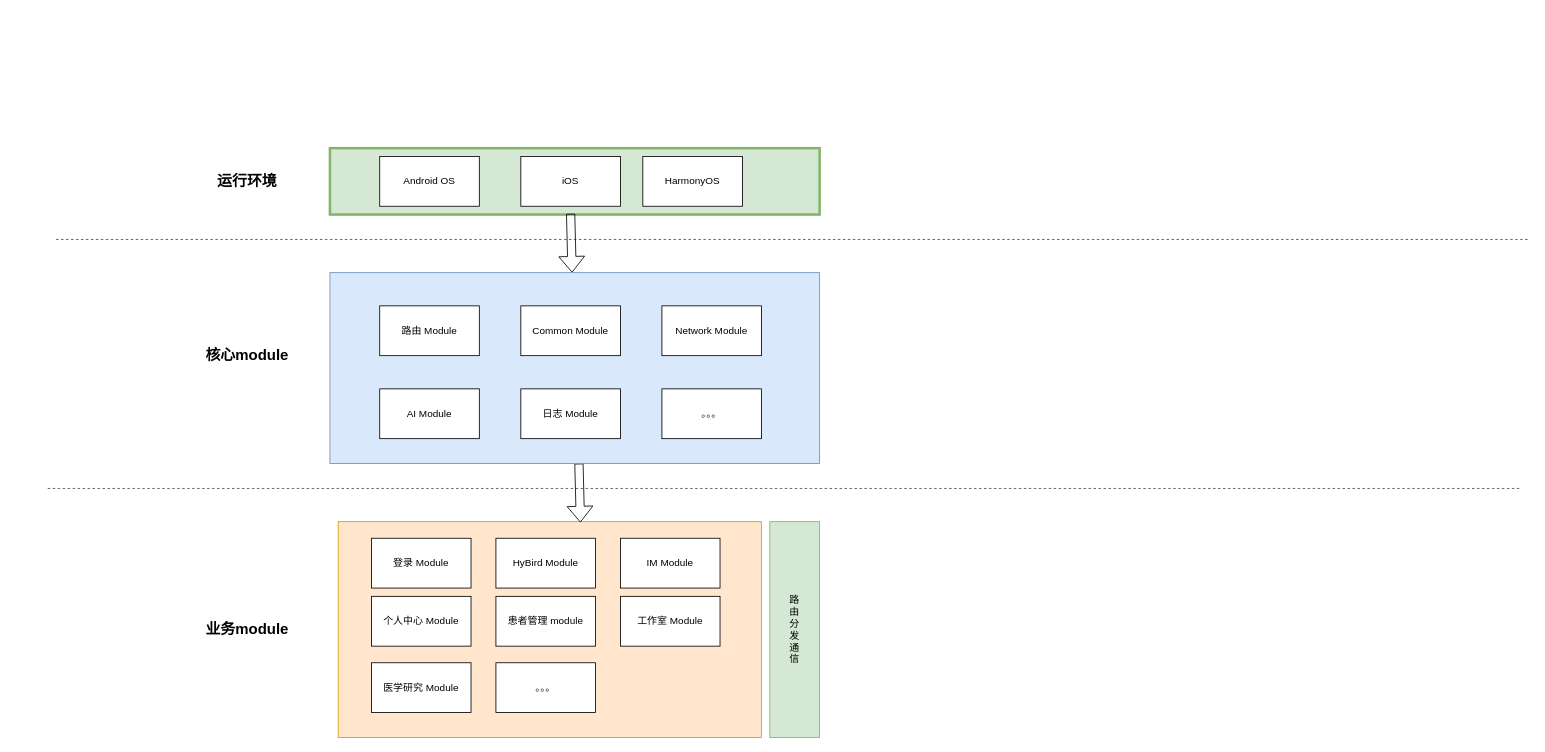
Earlier version of the draw.io diagram 未命名绘图.drawio (mouxuefei/android-cnblogs). Source tidied: cells renumbered, new cells numbered last; positions are measured from the earlier drawing's top-left corner, leaving out a move shared by most shapes. Both pictures are drawn from the tidied source at 83%, with x=0, y=0 at pixel (47, 148).
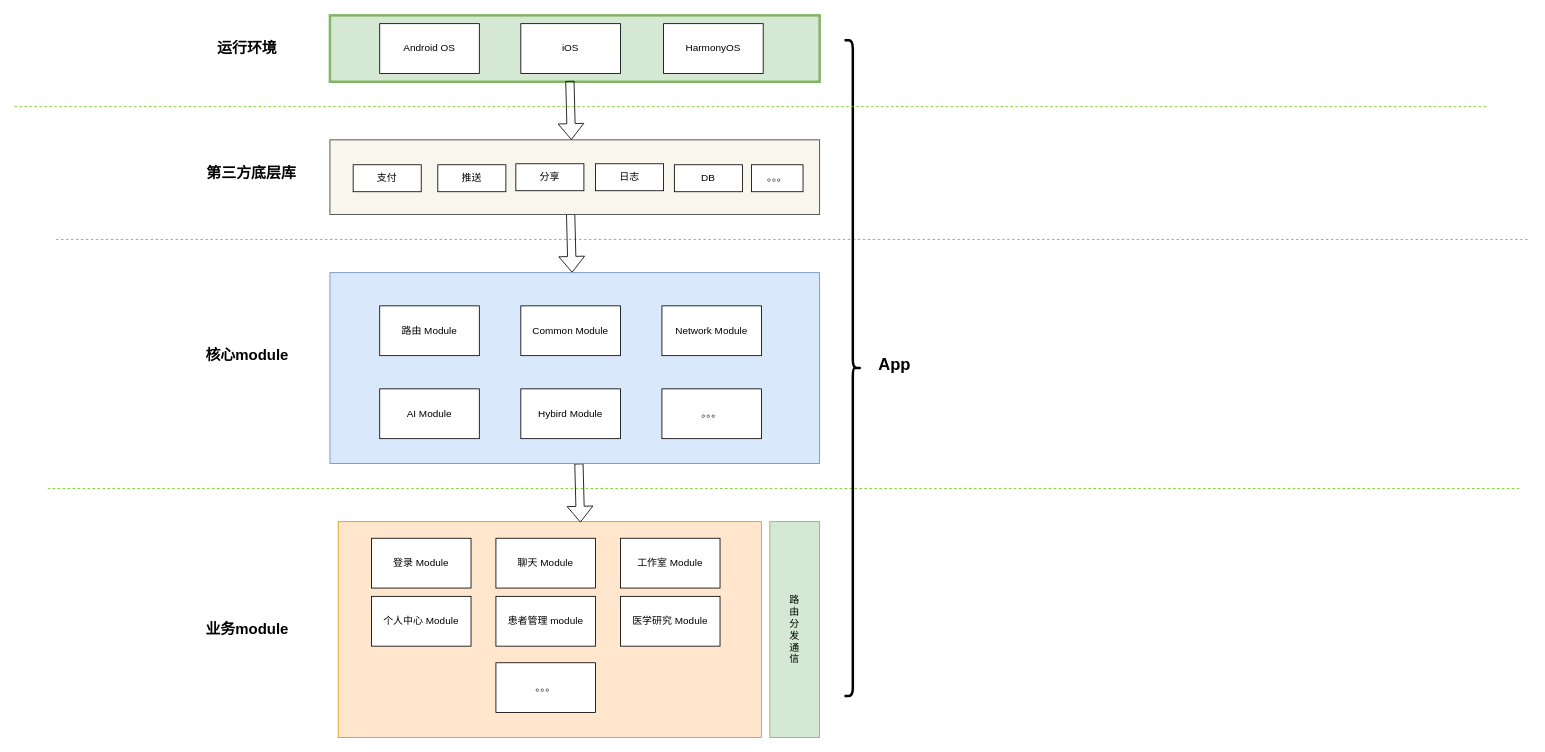
The same page after the edit.

Commit message:
更新未命名绘图.drawio

Change to the diagram source:
```diff
@@
     <mxCell id="2" value="&lt;span style=&quot;font-size: 18px;&quot;&gt;&lt;b&gt;运行环境&lt;/b&gt;&lt;/span&gt;" style="text;html=1;align=center;verticalAlign=middle;strokeColor=none;fillColor=none;" parent="1" vertex="1">
-      <mxGeometry x="190" y="20" width="100" height="40" as="geometry" />
+      <mxGeometry x="190" y="-140" width="100" height="40" as="geometry" />
     </mxCell>
     <mxCell id="3" style="rounded=0;whiteSpace=wrap;html=1;fillColor=#d5e8d4;strokeColor=#82b366;strokeWidth=3;" parent="1" vertex="1">
-      <mxGeometry x="340" width="590" height="80" as="geometry" />
+      <mxGeometry x="340" y="-160" width="590" height="80" as="geometry" />
     </mxCell>
@@
-    <mxCell id="5" style="endArrow=none;dashed=1;html=1;rounded=0;fillColor=#6d8764;strokeColor=#3A5431;" parent="1" edge="1">
+    <mxCell id="5" style="endArrow=none;dashed=1;html=1;rounded=0;fillColor=#6d8764;strokeColor=#66CC00;strokeWidth=1;" parent="1" edge="1">
       <mxGeometry relative="1" as="geometry">
         <mxPoint x="10" y="110" as="sourcePoint" />
         <mxPoint x="1784.7" y="110" as="targetPoint" />
       </mxGeometry>
     </mxCell>
@@
-    <mxCell id="10" value="HyBird Module" style="rounded=0;whiteSpace=wrap;html=1;" parent="1" vertex="1">
-      <mxGeometry x="540" y="470" width="120" height="60" as="geometry" />
-    </mxCell>
-    <mxCell id="11" value="IM Module" style="rounded=0;whiteSpace=wrap;html=1;" parent="1" vertex="1">
-      <mxGeometry x="690" y="470" width="120" height="60" as="geometry" />
+    <mxCell id="11" value="聊天 Module" style="rounded=0;whiteSpace=wrap;html=1;" parent="1" vertex="1">
+      <mxGeometry x="540" y="470" width="120" height="60" as="geometry" />
     </mxCell>
@@
     <mxCell id="14" value="医学研究 Module" style="rounded=0;whiteSpace=wrap;html=1;" parent="1" vertex="1">
-      <mxGeometry x="390" y="620" width="120" height="60" as="geometry" />
+      <mxGeometry x="690" y="540" width="120" height="60" as="geometry" />
     </mxCell>
     <mxCell id="15" value="工作室 Module" style="rounded=0;whiteSpace=wrap;html=1;" parent="1" vertex="1">
-      <mxGeometry x="690" y="540" width="120" height="60" as="geometry" />
+      <mxGeometry x="690" y="470" width="120" height="60" as="geometry" />
     </mxCell>
@@
-    <mxCell id="17" style="endArrow=none;dashed=1;html=1;rounded=0;fillColor=#6d8764;strokeColor=#3A5431;" parent="1" edge="1">
+    <mxCell id="17" style="endArrow=none;dashed=1;html=1;rounded=0;fillColor=#6d8764;strokeColor=#66CC00;strokeWidth=1;" parent="1" edge="1">
       <mxGeometry relative="1" as="geometry">
         <mxPoint y="410" as="sourcePoint" />
         <mxPoint x="1774.7" y="410" as="targetPoint" />
       </mxGeometry>
     </mxCell>
@@
     <mxCell id="19" value="Android OS" style="rounded=0;whiteSpace=wrap;html=1;" parent="1" vertex="1">
-      <mxGeometry x="400" y="10" width="120" height="60" as="geometry" />
+      <mxGeometry x="400" y="-150" width="120" height="60" as="geometry" />
     </mxCell>
     <mxCell id="20" value="iOS" style="rounded=0;whiteSpace=wrap;html=1;" parent="1" vertex="1">
-      <mxGeometry x="570" y="10" width="120" height="60" as="geometry" />
+      <mxGeometry x="570" y="-150" width="120" height="60" as="geometry" />
     </mxCell>
     <mxCell id="21" value="HarmonyOS" style="rounded=0;whiteSpace=wrap;html=1;" parent="1" vertex="1">
-      <mxGeometry x="717" y="10" width="120" height="60" as="geometry" />
+      <mxGeometry x="742" y="-150" width="120" height="60" as="geometry" />
     </mxCell>
@@
-    <mxCell id="28" value="日志 Module" style="rounded=0;whiteSpace=wrap;html=1;" parent="1" vertex="1">
+    <mxCell id="28" value="Hybird Module" style="rounded=0;whiteSpace=wrap;html=1;" parent="1" vertex="1">
       <mxGeometry x="570" y="290" width="120" height="60" as="geometry" />
     </mxCell>
@@
+    <mxCell id="30" style="shape=curlyBracket;whiteSpace=wrap;html=1;rounded=1;flipH=1;labelPosition=right;verticalLabelPosition=middle;align=left;verticalAlign=middle;strokeWidth=3;" parent="1" vertex="1">
+      <mxGeometry x="960" y="-130" width="20" height="790" as="geometry" />
+    </mxCell>
+    <mxCell id="31" value="&lt;font style=&quot;font-size: 20px;&quot;&gt;&lt;b style=&quot;&quot;&gt;App&lt;/b&gt;&lt;/font&gt;" style="text;html=1;align=center;verticalAlign=middle;strokeColor=none;fillColor=none;strokeWidth=3;" parent="1" vertex="1">
+      <mxGeometry x="990" y="240" width="60" height="40" as="geometry" />
+    </mxCell>
+    <mxCell id="32" style="rounded=0;whiteSpace=wrap;html=1;fillColor=#f9f7ed;strokeColor=#36393d;" parent="1" vertex="1">
+      <mxGeometry x="340" y="-10" width="590" height="90" as="geometry" />
+    </mxCell>
+    <mxCell id="33" style="endArrow=none;dashed=1;html=1;rounded=0;fillColor=#cdeb8b;strokeColor=#66CC00;strokeWidth=1;" parent="1" edge="1">
+      <mxGeometry relative="1" as="geometry">
+        <mxPoint x="-40" y="-50" as="sourcePoint" />
+        <mxPoint x="1734.7" y="-50" as="targetPoint" />
+      </mxGeometry>
+    </mxCell>
+    <mxCell id="34" value="&lt;span style=&quot;font-size: 18px;&quot;&gt;&lt;b&gt;第三方底层库&lt;/b&gt;&lt;/span&gt;" style="text;html=1;align=center;verticalAlign=middle;strokeColor=none;fillColor=none;" parent="1" vertex="1">
+      <mxGeometry x="180" y="10" width="130" height="40" as="geometry" />
+    </mxCell>
+    <mxCell id="35" value="支付" style="rounded=0;whiteSpace=wrap;html=1;" parent="1" vertex="1">
+      <mxGeometry x="368" y="20" width="82" height="32.5" as="geometry" />
+    </mxCell>
+    <mxCell id="36" value="推送" style="rounded=0;whiteSpace=wrap;html=1;" parent="1" vertex="1">
+      <mxGeometry x="470" y="20" width="82" height="32.5" as="geometry" />
+    </mxCell>
+    <mxCell id="37" value="分享" style="rounded=0;whiteSpace=wrap;html=1;" parent="1" vertex="1">
+      <mxGeometry x="564" y="18.8" width="82" height="32.5" as="geometry" />
+    </mxCell>
+    <mxCell id="38" value="日志" style="rounded=0;whiteSpace=wrap;html=1;" parent="1" vertex="1">
+      <mxGeometry x="660" y="18.8" width="82" height="32.5" as="geometry" />
+    </mxCell>
+    <mxCell id="39" value="DB" style="rounded=0;whiteSpace=wrap;html=1;" parent="1" vertex="1">
+      <mxGeometry x="755" y="20" width="82" height="32.5" as="geometry" />
+    </mxCell>
+    <mxCell id="40" value="。。。" style="rounded=0;whiteSpace=wrap;html=1;" parent="1" vertex="1">
+      <mxGeometry x="848" y="20" width="62" height="32.5" as="geometry" />
+    </mxCell>
+    <mxCell id="41" style="shape=flexArrow;endArrow=classic;html=1;rounded=0;exitX=0.461;exitY=0.982;exitDx=0;exitDy=0;exitPerimeter=0;fillColor=none;" parent="1" edge="1">
+      <mxGeometry relative="1" as="geometry">
+        <mxPoint x="629.1" y="-81" as="sourcePoint" />
+        <mxPoint x="630.9" y="-10" as="targetPoint" />
+      </mxGeometry>
+    </mxCell>
```
